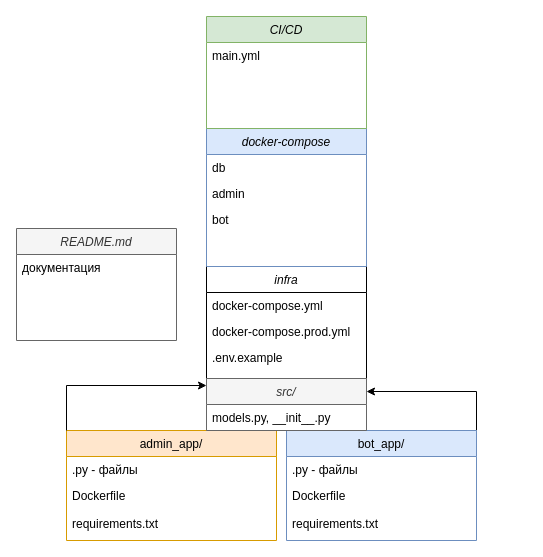
Above: Диаграмма.drawio in hixwizard/async_bot (draw.io), before the change. Source tidied: cells renumbered, new cells numbered last; positions are measured from the earlier drawing's top-left corner, leaving out a move shared by most shapes. Both pictures are drawn from the tidied source at 100%, with x=0, y=0 at pixel (16, 16).
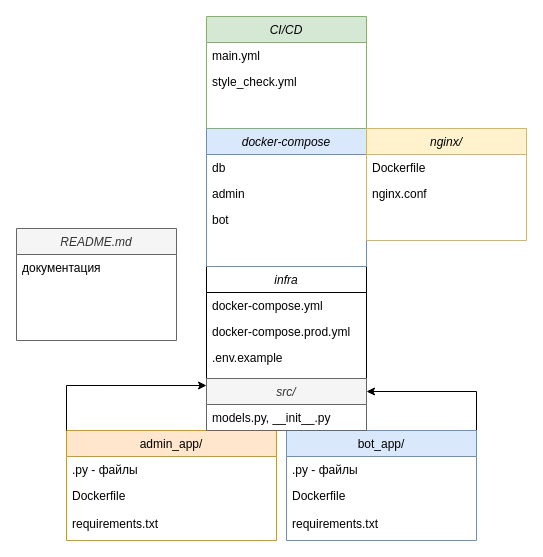
The same page after the edit.

Commit message:
Обновить диаграмму

Unchanged cells that the change refers to:
```xml
<mxCell id="19" value="CI/CD" style="swimlane;fontStyle=2;align=center;verticalAlign=top;horizontal=1;startSize=26;rounded=0;shadow=0;strokeWidth=1;fillColor=#d5e8d4;strokeColor=#82b366;" parent="1" vertex="1">
  <mxGeometry x="190" width="160" height="112" as="geometry" />
</mxCell>
```

What changed in the source:
```diff
@@
+    <mxCell id="26" value="main.yml" style="text;align=left;verticalAlign=top;spacingLeft=4;spacingRight=4;overflow=hidden;" parent="19" vertex="1">
+      <mxGeometry y="26" width="160" height="26" as="geometry" />
+    </mxCell>
-    <mxCell id="20" value="main.yml" style="text;align=left;verticalAlign=top;spacingLeft=4;spacingRight=4;overflow=hidden;" parent="19" vertex="1">
-      <mxGeometry y="26" width="160" height="26" as="geometry" />
+    <mxCell id="20" value="style_check.yml" style="text;align=left;verticalAlign=top;spacingLeft=4;spacingRight=4;overflow=hidden;" parent="19" vertex="1">
+      <mxGeometry y="52" width="160" height="26" as="geometry" />
     </mxCell>
@@
+    <mxCell id="27" value="nginx/" style="swimlane;fontStyle=2;align=center;verticalAlign=top;horizontal=1;startSize=26;rounded=0;shadow=0;strokeWidth=1;fillColor=#fff2cc;strokeColor=#d6b656;" parent="1" vertex="1">
+      <mxGeometry x="350" y="112" width="160" height="112" as="geometry" />
+    </mxCell>
+    <mxCell id="28" value="Dockerfile" style="text;align=left;verticalAlign=top;spacingLeft=4;spacingRight=4;overflow=hidden;" parent="27" vertex="1">
+      <mxGeometry y="26" width="160" height="26" as="geometry" />
+    </mxCell>
+    <mxCell id="29" value="nginx.conf" style="text;align=left;verticalAlign=top;spacingLeft=4;spacingRight=4;overflow=hidden;" parent="27" vertex="1">
+      <mxGeometry y="52" width="160" height="26" as="geometry" />
+    </mxCell>
```
